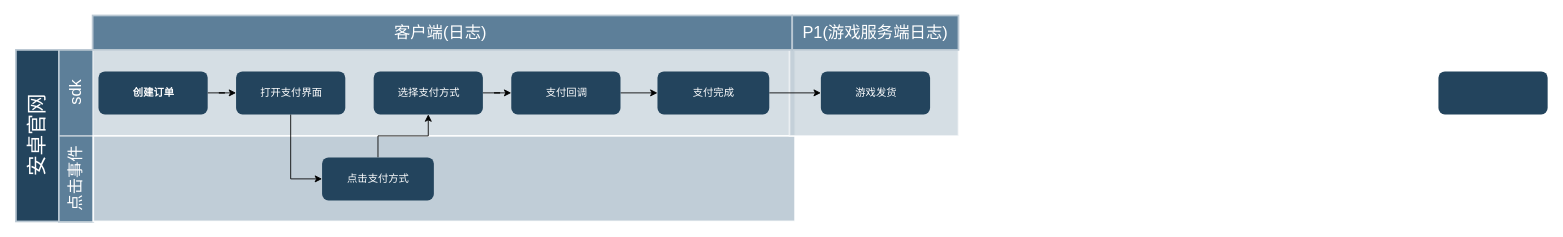
Above: 未命名绘图.drawio in dinggege1024/dinggege1024 (draw.io), before the change. Source tidied: cells renumbered, new cells numbered last; positions are measured from the earlier drawing's top-left corner, leaving out a move shared by most shapes. Both pictures are drawn from the tidied source at 86%, with x=0, y=0 at pixel (15, 15).
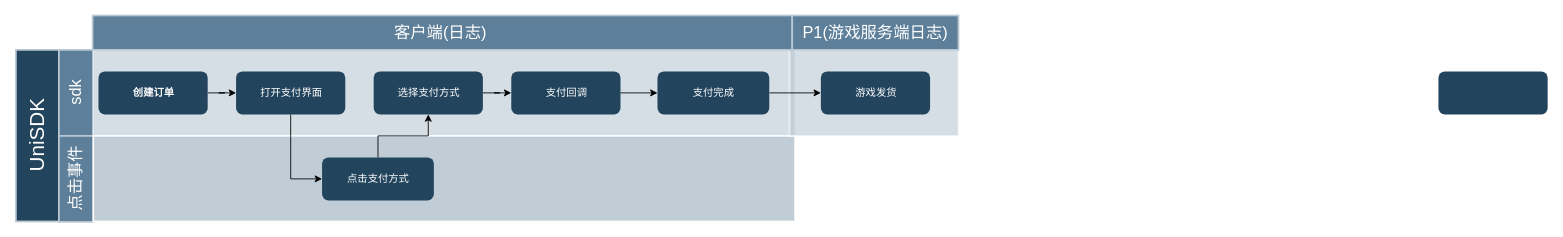
The same page after the edit.

Commit message:
安卓支付优化图.drawio

What changed in the source:
```diff
@@
-<mxGraphModel>
+<mxGraphModel background="#FFFFFF">
@@
-    <mxCell id="2" value="安卓官网" style="strokeColor=#BAC8D3;fillColor=#23445D;fontSize=24;strokeWidth=2;horizontal=0;fontFamily=Helvetica;html=1;fontColor=#FFFFFF;fontStyle=0;" parent="1" vertex="1">
+    <mxCell id="2" value="UniSDK" style="strokeColor=#BAC8D3;fillColor=#23445D;fontSize=24;strokeWidth=2;horizontal=0;fontFamily=Helvetica;html=1;fontColor=#FFFFFF;fontStyle=0;" parent="1" vertex="1">
       <mxGeometry y="40.5" width="50" height="199.5" as="geometry" />
     </mxCell>
```
